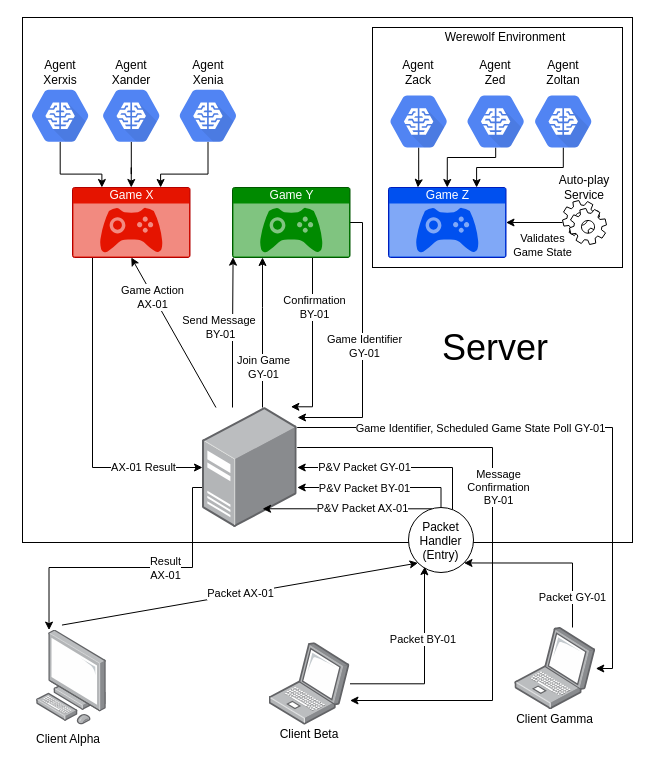
GeorgeVelikov/RLereWolf keeps this draw.io diagram as Documentation/Drawio/GeneralArchitecture.drawio. Above is the earlier version. Source tidied: cells renumbered, new cells numbered last; positions are measured from the earlier drawing's top-left corner, leaving out a move shared by most shapes. Both pictures are drawn from the tidied source at 100%, with x=0, y=0 at pixel (17, 17).
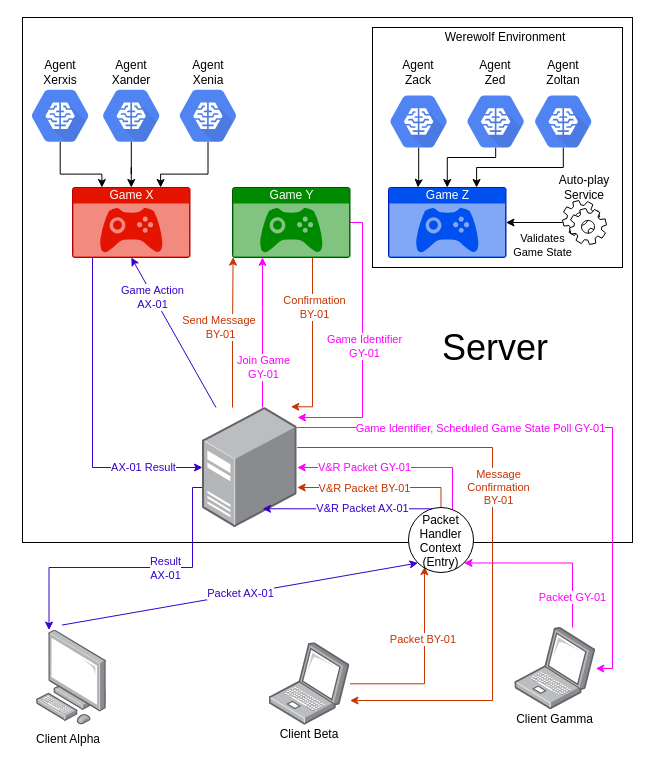
The same page after the edit.

Commit message (it also covers changes not shown here):
update architecture graphs

Unchanged cells that the change refers to:
```xml
<mxCell id="5" style="points=[];html=1;align=center;shadow=0;dashed=0;image;image=img/lib/allied_telesis/computer_and_terminals/Laptop.svg;" parent="1" vertex="1">
  <mxGeometry x="251.5" y="625.3" width="81" height="82.1" as="geometry" />
</mxCell>
<mxCell id="16" style="points=[];html=1;align=center;shadow=0;dashed=0;image;image=img/lib/allied_telesis/computer_and_terminals/Server_Desktop.svg;" parent="1" vertex="1">
  <mxGeometry x="185" y="390" width="94.7" height="120" as="geometry" />
</mxCell>
<mxCell id="17" style="points=[];html=1;align=center;shadow=0;dashed=0;image;image=img/lib/allied_telesis/computer_and_terminals/Personal_Computer.svg;" parent="1" vertex="1">
  <mxGeometry x="19" y="612.6" width="70" height="94.9" as="geometry" />
</mxCell>
<mxCell id="21" value="Game X" style="html=1;strokeColor=#B20000;fillColor=#e51400;labelPosition=center;verticalLabelPosition=middle;verticalAlign=top;align=center;fontSize=12;outlineConnect=0;spacingTop=-6;fontColor=#ffffff;shape=mxgraph.sitemap.game;" parent="1" vertex="1">
  <mxGeometry x="55" y="170" width="117.5" height="70" as="geometry" />
</mxCell>
<mxCell id="26" value="Game Y" style="html=1;strokeColor=#005700;fillColor=#008a00;labelPosition=center;verticalLabelPosition=middle;verticalAlign=top;align=center;fontSize=12;outlineConnect=0;spacingTop=-6;fontColor=#ffffff;shape=mxgraph.sitemap.game;" parent="1" vertex="1">
  <mxGeometry x="215" y="170" width="117.5" height="70" as="geometry" />
</mxCell>
<mxCell id="42" style="points=[];html=1;align=center;shadow=0;dashed=0;image;image=img/lib/allied_telesis/computer_and_terminals/Laptop.svg;" parent="1" vertex="1">
  <mxGeometry x="497.3" y="610" width="81" height="82.1" as="geometry" />
</mxCell>
```

What changed in the source:
```diff
@@
-    <mxCell id="4" value="Packet BY-01&amp;nbsp;" style="edgeStyle=orthogonalEdgeStyle;rounded=0;jettySize=auto;html=1;entryX=0.252;entryY=0.91;entryDx=0;entryDy=0;entryPerimeter=0;" parent="1" edge="1" source="5" target="35">
+    <mxCell id="4" value="&lt;font color=&quot;#c73500&quot;&gt;Packet BY-01&amp;nbsp;&lt;/font&gt;" style="edgeStyle=orthogonalEdgeStyle;rounded=0;jettySize=auto;html=1;entryX=0.252;entryY=0.91;entryDx=0;entryDy=0;entryPerimeter=0;fillColor=#fa6800;strokeColor=#C73500;" parent="1" edge="1" source="5" target="35">
       <mxGeometry x="0.24" relative="1" as="geometry">
         <Array as="points">
           <mxPoint x="407" y="666" />
           <mxPoint x="407" y="555" />
         </Array>
       </mxGeometry>
     </mxCell>
@@
-    <mxCell id="6" style="edgeStyle=orthogonalEdgeStyle;rounded=0;jettySize=auto;html=1;entryX=0.179;entryY=0;entryDx=0;entryDy=0;entryPerimeter=0;" parent="1" edge="1" source="16" target="17">
+    <mxCell id="6" style="edgeStyle=orthogonalEdgeStyle;rounded=0;jettySize=auto;html=1;entryX=0.179;entryY=0;entryDx=0;entryDy=0;entryPerimeter=0;fillColor=#6a00ff;strokeColor=#3700CC;" parent="1" edge="1" source="16" target="17">
       <mxGeometry relative="1" as="geometry">
         <Array as="points">
           <mxPoint x="175" y="470" />
           <mxPoint x="175" y="550" />
           <mxPoint x="31" y="550" />
         </Array>
       </mxGeometry>
     </mxCell>
-    <mxCell id="7" value="Result&lt;br&gt;AX-01" style="edgeLabel;html=1;align=center;verticalAlign=middle;" parent="6" vertex="1">
+    <mxCell id="7" value="Result&lt;br&gt;AX-01" style="edgeLabel;html=1;align=center;verticalAlign=middle;fontColor=#3700CC;" parent="6" vertex="1">
       <mxGeometry x="-0.25" y="4" relative="1" as="geometry">
         <mxPoint x="-6.9" y="-4" as="offset" />
       </mxGeometry>
     </mxCell>
-    <mxCell id="8" style="edgeStyle=orthogonalEdgeStyle;rounded=0;jettySize=auto;html=1;entryX=0.005;entryY=0.995;entryDx=0;entryDy=0;entryPerimeter=0;" parent="1" edge="1" source="16" target="26">
+    <mxCell id="8" style="edgeStyle=orthogonalEdgeStyle;rounded=0;jettySize=auto;html=1;entryX=0.005;entryY=0.995;entryDx=0;entryDy=0;entryPerimeter=0;fillColor=#fa6800;strokeColor=#C73500;" parent="1" edge="1" source="16" target="26">
       <mxGeometry relative="1" as="geometry">
         <Array as="points">
           <mxPoint x="215" y="320" />
           <mxPoint x="216" y="320" />
         </Array>
       </mxGeometry>
     </mxCell>
-    <mxCell id="9" value="Send Message&amp;nbsp;&lt;br&gt;BY-01" style="edgeLabel;html=1;align=center;verticalAlign=middle;" parent="8" vertex="1">
+    <mxCell id="9" value="&lt;font color=&quot;#c73500&quot;&gt;Send Message&amp;nbsp;&lt;br&gt;BY-01&lt;/font&gt;" style="edgeLabel;html=1;align=center;verticalAlign=middle;" parent="8" vertex="1">
       <mxGeometry x="0.3" y="-1" relative="1" as="geometry">
         <mxPoint x="-13.6" y="17.5" as="offset" />
       </mxGeometry>
     </mxCell>
-    <mxCell id="10" style="edgeStyle=orthogonalEdgeStyle;rounded=0;jettySize=auto;html=1;" parent="1" edge="1" source="16" target="26">
+    <mxCell id="10" style="edgeStyle=orthogonalEdgeStyle;rounded=0;jettySize=auto;html=1;strokeColor=#FF00FF;" parent="1" edge="1" source="16" target="26">
       <mxGeometry relative="1" as="geometry">
         <Array as="points">
           <mxPoint x="245" y="290" />
           <mxPoint x="245" y="290" />
         </Array>
       </mxGeometry>
     </mxCell>
-    <mxCell id="11" value="Join Game&lt;br&gt;GY-01" style="edgeLabel;html=1;align=center;verticalAlign=middle;" parent="10" vertex="1">
+    <mxCell id="11" value="Join Game&lt;br&gt;GY-01" style="edgeLabel;html=1;align=center;verticalAlign=middle;fontColor=#FF00FF;" parent="10" vertex="1">
       <mxGeometry x="0.1" y="2" relative="1" as="geometry">
         <mxPoint x="2" y="42.4" as="offset" />
       </mxGeometry>
     </mxCell>
-    <mxCell id="12" style="edgeStyle=orthogonalEdgeStyle;rounded=0;jettySize=auto;html=1;" parent="1" edge="1" source="16" target="42">
+    <mxCell id="12" style="edgeStyle=orthogonalEdgeStyle;rounded=0;jettySize=auto;html=1;strokeColor=#FF00FF;" parent="1" edge="1" source="16" target="42">
       <mxGeometry relative="1" as="geometry">
         <Array as="points">
           <mxPoint x="595" y="410" />
           <mxPoint x="595" y="651" />
         </Array>
       </mxGeometry>
     </mxCell>
-    <mxCell id="13" value="Game Identifier, Scheduled Game State Poll GY-01" style="edgeLabel;html=1;align=center;verticalAlign=middle;" parent="12" vertex="1">
+    <mxCell id="13" value="Game Identifier, Scheduled Game State Poll GY-01" style="edgeLabel;html=1;align=center;verticalAlign=middle;fontColor=#FF00FF;" parent="12" vertex="1">
       <mxGeometry x="-0.02" y="-1" relative="1" as="geometry">
         <mxPoint x="-97.9" y="-1" as="offset" />
       </mxGeometry>
     </mxCell>
-    <mxCell id="14" style="edgeStyle=orthogonalEdgeStyle;rounded=0;jettySize=auto;html=1;" parent="1" edge="1" source="16" target="5">
+    <mxCell id="14" style="edgeStyle=orthogonalEdgeStyle;rounded=0;jettySize=auto;html=1;fillColor=#fa6800;strokeColor=#C73500;" parent="1" edge="1" source="16" target="5">
       <mxGeometry relative="1" as="geometry">
         <Array as="points">
           <mxPoint x="475" y="430" />
           <mxPoint x="475" y="683" />
         </Array>
       </mxGeometry>
     </mxCell>
-    <mxCell id="15" value="Message&lt;br&gt;Confirmation&lt;br&gt;BY-01" style="edgeLabel;html=1;align=center;verticalAlign=middle;" parent="14" vertex="1">
+    <mxCell id="15" value="&lt;font color=&quot;#c73500&quot;&gt;Message&lt;br&gt;Confirmation&lt;br&gt;BY-01&lt;/font&gt;" style="edgeLabel;html=1;align=center;verticalAlign=middle;" parent="14" vertex="1">
       <mxGeometry x="-0.08" y="1" relative="1" as="geometry">
         <mxPoint x="4" y="-37.1" as="offset" />
       </mxGeometry>
     </mxCell>
@@
-    <mxCell id="18" value="Packet AX-01" style="endArrow=classic;html=1;exitX=0.364;exitY=-0.053;exitDx=0;exitDy=0;exitPerimeter=0;entryX=0;entryY=1;entryDx=0;entryDy=0;" parent="1" edge="1" source="17" target="35">
+    <mxCell id="18" value="&lt;font color=&quot;#3700cc&quot;&gt;Packet AX-01&lt;/font&gt;" style="endArrow=classic;html=1;exitX=0.364;exitY=-0.053;exitDx=0;exitDy=0;exitPerimeter=0;entryX=0;entryY=1;entryDx=0;entryDy=0;fillColor=#6a00ff;strokeColor=#3700CC;" parent="1" edge="1" source="17" target="35">
       <mxGeometry relative="1" as="geometry" />
     </mxCell>
-    <mxCell id="19" style="edgeStyle=orthogonalEdgeStyle;rounded=0;jettySize=auto;html=1;" parent="1" edge="1" source="21" target="16">
+    <mxCell id="19" style="edgeStyle=orthogonalEdgeStyle;rounded=0;jettySize=auto;html=1;fillColor=#6a00ff;strokeColor=#3700CC;" parent="1" edge="1" source="21" target="16">
       <mxGeometry relative="1" as="geometry">
         <Array as="points">
           <mxPoint x="75" y="450" />
         </Array>
       </mxGeometry>
     </mxCell>
-    <mxCell id="20" value="AX-01 Result" style="edgeLabel;html=1;align=center;verticalAlign=middle;" parent="19" vertex="1">
+    <mxCell id="20" value="AX-01 Result" style="edgeLabel;html=1;align=center;verticalAlign=middle;fontColor=#3700CC;" parent="19" vertex="1">
       <mxGeometry x="0.27" y="3" relative="1" as="geometry">
         <mxPoint x="47" y="6.7" as="offset" />
       </mxGeometry>
     </mxCell>
@@
-    <mxCell id="22" style="edgeStyle=orthogonalEdgeStyle;rounded=0;jettySize=auto;html=1;entryX=0.933;entryY=-0.006;entryDx=0;entryDy=0;entryPerimeter=0;" parent="1" edge="1" source="26" target="16">
+    <mxCell id="22" style="edgeStyle=orthogonalEdgeStyle;rounded=0;jettySize=auto;html=1;entryX=0.933;entryY=-0.006;entryDx=0;entryDy=0;entryPerimeter=0;fillColor=#fa6800;strokeColor=#C73500;" parent="1" edge="1" source="26" target="16">
       <mxGeometry relative="1" as="geometry">
         <Array as="points">
           <mxPoint x="295" y="389" />
         </Array>
       </mxGeometry>
     </mxCell>
-    <mxCell id="23" value="Confirmation&lt;br&gt;BY-01" style="edgeLabel;html=1;align=center;verticalAlign=middle;" parent="22" vertex="1">
+    <mxCell id="23" value="&lt;font color=&quot;#c73500&quot;&gt;Confirmation&lt;br&gt;BY-01&lt;/font&gt;" style="edgeLabel;html=1;align=center;verticalAlign=middle;" parent="22" vertex="1">
       <mxGeometry x="-0.07" y="1" relative="1" as="geometry">
         <mxPoint y="-30" as="offset" />
       </mxGeometry>
     </mxCell>
-    <mxCell id="24" style="edgeStyle=orthogonalEdgeStyle;rounded=0;jettySize=auto;html=1;" parent="1" edge="1" source="26">
+    <mxCell id="24" style="edgeStyle=orthogonalEdgeStyle;rounded=0;jettySize=auto;html=1;strokeColor=#FF00FF;" parent="1" edge="1" source="26">
       <mxGeometry relative="1" as="geometry">
         <mxPoint x="280" y="400" as="targetPoint" />
         <Array as="points">
           <mxPoint x="345" y="205" />
           <mxPoint x="345" y="400" />
           <mxPoint x="280" y="400" />
         </Array>
       </mxGeometry>
     </mxCell>
-    <mxCell id="25" value="Game Identifier&lt;br&gt;GY-01" style="edgeLabel;html=1;align=center;verticalAlign=middle;" parent="24" vertex="1">
+    <mxCell id="25" value="Game Identifier&lt;br&gt;GY-01" style="edgeLabel;html=1;align=center;verticalAlign=middle;fontColor=#FF00FF;" parent="24" vertex="1">
       <mxGeometry y="1" relative="1" as="geometry" />
     </mxCell>
@@
-    <mxCell id="28" value="Game Action&lt;br&gt;AX-01" style="endArrow=classic;html=1;entryX=0.5;entryY=1;entryDx=0;entryDy=0;entryPerimeter=0;" parent="1" edge="1" source="16" target="21">
+    <mxCell id="28" value="&lt;font color=&quot;#3700cc&quot;&gt;Game Action&lt;br&gt;AX-01&lt;/font&gt;" style="endArrow=classic;html=1;entryX=0.5;entryY=1;entryDx=0;entryDy=0;entryPerimeter=0;fillColor=#6a00ff;strokeColor=#3700CC;" parent="1" edge="1" source="16" target="21">
       <mxGeometry x="0.47" y="1" relative="1" as="geometry" />
     </mxCell>
-    <mxCell id="29" style="edgeStyle=orthogonalEdgeStyle;rounded=0;jettySize=auto;html=1;" parent="1" edge="1" source="35" target="16">
+    <mxCell id="29" style="edgeStyle=orthogonalEdgeStyle;rounded=0;jettySize=auto;html=1;fillColor=#fa6800;strokeColor=#C73500;" parent="1" edge="1" source="35" target="16">
       <mxGeometry relative="1" as="geometry">
         <Array as="points">
           <mxPoint x="424" y="470" />
         </Array>
       </mxGeometry>
     </mxCell>
-    <mxCell id="30" value="P&amp;amp;V Packet BY-01" style="edgeLabel;html=1;align=center;verticalAlign=middle;" parent="29" vertex="1">
+    <mxCell id="30" value="&lt;font color=&quot;#c73500&quot;&gt;V&amp;amp;R Packet BY-01&lt;/font&gt;" style="edgeLabel;html=1;align=center;verticalAlign=middle;" parent="29" vertex="1">
       <mxGeometry x="0.08" y="4" relative="1" as="geometry">
         <mxPoint x="-9.1" y="-4" as="offset" />
       </mxGeometry>
     </mxCell>
-    <mxCell id="31" style="edgeStyle=orthogonalEdgeStyle;rounded=0;jettySize=auto;html=1;entryX=0.634;entryY=0.844;entryDx=0;entryDy=0;entryPerimeter=0;" parent="1" edge="1" source="35" target="16">
+    <mxCell id="31" style="edgeStyle=orthogonalEdgeStyle;rounded=0;jettySize=auto;html=1;entryX=0.634;entryY=0.844;entryDx=0;entryDy=0;entryPerimeter=0;fillColor=#6a00ff;strokeColor=#3700CC;" parent="1" edge="1" source="35" target="16">
       <mxGeometry relative="1" as="geometry">
         <Array as="points">
           <mxPoint x="335" y="491" />
         </Array>
       </mxGeometry>
     </mxCell>
-    <mxCell id="32" value="P&amp;amp;V Packet AX-01" style="edgeLabel;html=1;align=center;verticalAlign=middle;" parent="31" vertex="1">
+    <mxCell id="32" value="&lt;font color=&quot;#3700cc&quot;&gt;V&amp;amp;R Packet AX-01&lt;/font&gt;" style="edgeLabel;html=1;align=center;verticalAlign=middle;" parent="31" vertex="1">
       <mxGeometry x="-0.17" y="2" relative="1" as="geometry">
         <mxPoint y="-3.3" as="offset" />
       </mxGeometry>
     </mxCell>
-    <mxCell id="33" style="edgeStyle=orthogonalEdgeStyle;rounded=0;jettySize=auto;html=1;" parent="1" edge="1" source="35" target="16">
+    <mxCell id="33" style="edgeStyle=orthogonalEdgeStyle;rounded=0;jettySize=auto;html=1;strokeColor=#FF00FF;" parent="1" edge="1" source="35" target="16">
       <mxGeometry relative="1" as="geometry">
         <Array as="points">
           <mxPoint x="435" y="522" />
           <mxPoint x="435" y="450" />
         </Array>
       </mxGeometry>
     </mxCell>
-    <mxCell id="34" value="P&amp;amp;V Packet GY-01" style="edgeLabel;html=1;align=center;verticalAlign=middle;" parent="33" vertex="1">
+    <mxCell id="34" value="V&amp;amp;R Packet GY-01" style="edgeLabel;html=1;align=center;verticalAlign=middle;fontColor=#FF00FF;" parent="33" vertex="1">
       <mxGeometry x="0.5" y="-1" relative="1" as="geometry">
         <mxPoint x="17" as="offset" />
       </mxGeometry>
     </mxCell>
-    <mxCell id="35" value="Packet&#10;Handler&#10;(Entry)" style="ellipse;fillColor=#ffffff;strokeColor=#000000;" parent="1" vertex="1">
+    <mxCell id="35" value="Packet&#10;Handler&#10;Context&#10;(Entry)" style="ellipse;fillColor=#ffffff;strokeColor=#000000;" parent="1" vertex="1">
       <mxGeometry x="391" y="490" width="65" height="65" as="geometry" />
     </mxCell>
@@
-    <mxCell id="41" value="Packet GY-01" style="edgeStyle=orthogonalEdgeStyle;rounded=0;jettySize=auto;html=1;entryX=1;entryY=1;entryDx=0;entryDy=0;" parent="1" edge="1" source="42" target="35">
+    <mxCell id="41" value="&lt;font color=&quot;#ff00ff&quot;&gt;Packet GY-01&lt;/font&gt;" style="edgeStyle=orthogonalEdgeStyle;rounded=0;jettySize=auto;html=1;entryX=1;entryY=1;entryDx=0;entryDy=0;strokeColor=#FF00FF;" parent="1" edge="1" source="42" target="35">
       <mxGeometry x="-0.65" relative="1" as="geometry">
         <Array as="points">
           <mxPoint x="555" y="546" />
         </Array>
       </mxGeometry>
     </mxCell>
```
